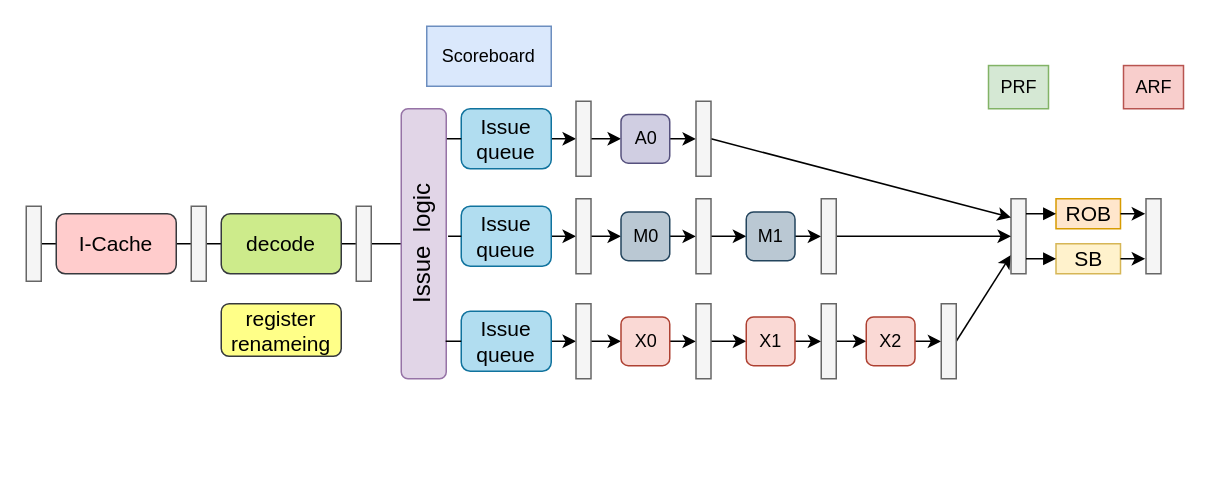
Before: CPU.drawio in f123888/Draw.IO, a draw.io diagram. Source tidied: cells renumbered, new cells numbered last; positions are measured from the earlier drawing's top-left corner, leaving out a move shared by most shapes. Both pictures are drawn from the tidied source at 150%, with x=0, y=0 at pixel (26, 26).
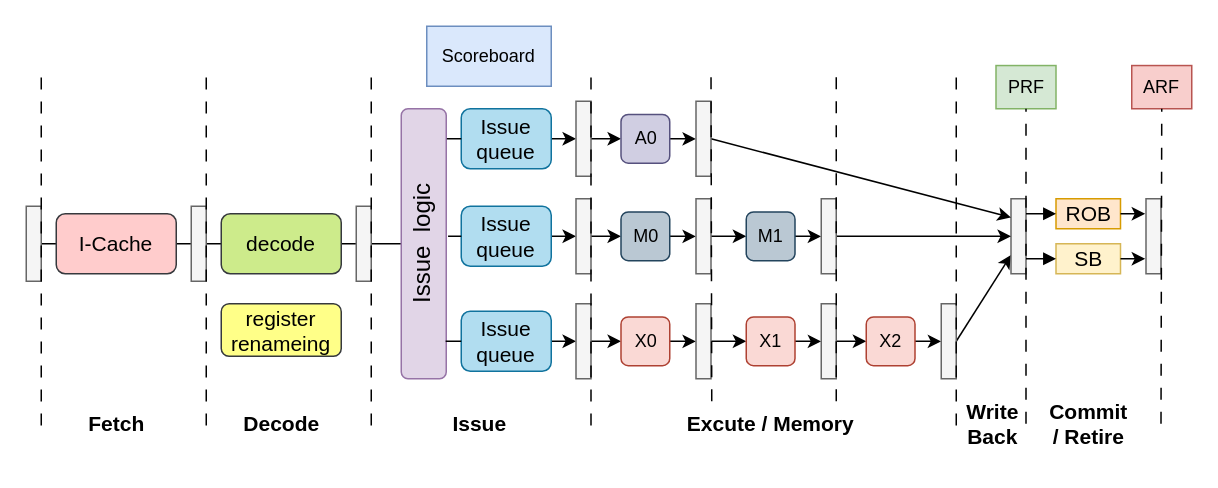
After the change.

Diff of the diagram source:
```diff
@@
     <mxCell id="61" value="PRF" style="rounded=0;whiteSpace=wrap;html=1;fillColor=#d5e8d4;strokeColor=#82b366;" parent="1" vertex="1">
-      <mxGeometry x="641.5" y="26.2" width="40" height="28.8" as="geometry" />
+      <mxGeometry x="646.5" y="26.2" width="40" height="28.8" as="geometry" />
     </mxCell>
     <mxCell id="62" value="ARF" style="rounded=0;whiteSpace=wrap;html=1;fillColor=#f8cecc;strokeColor=#b85450;" parent="1" vertex="1">
-      <mxGeometry x="731.5" y="26.2" width="40" height="28.8" as="geometry" />
+      <mxGeometry x="737" y="26.2" width="40" height="28.8" as="geometry" />
     </mxCell>
@@
+    <mxCell id="64" style="endArrow=none;dashed=1;html=1;rounded=0;dashPattern=8 8;" parent="1" edge="1">
+      <mxGeometry relative="1" as="geometry">
+        <mxPoint x="10" y="266.2" as="sourcePoint" />
+        <mxPoint x="10" y="26.2" as="targetPoint" />
+      </mxGeometry>
+    </mxCell>
+    <mxCell id="65" style="endArrow=none;dashed=1;html=1;rounded=0;dashPattern=8 8;" parent="1" edge="1">
+      <mxGeometry relative="1" as="geometry">
+        <mxPoint x="120" y="266.2" as="sourcePoint" />
+        <mxPoint x="120" y="26.2" as="targetPoint" />
+      </mxGeometry>
+    </mxCell>
+    <mxCell id="66" style="endArrow=none;dashed=1;html=1;rounded=0;dashPattern=8 8;" parent="1" edge="1">
+      <mxGeometry relative="1" as="geometry">
+        <mxPoint x="230" y="266.2" as="sourcePoint" />
+        <mxPoint x="230" y="26.2" as="targetPoint" />
+      </mxGeometry>
+    </mxCell>
+    <mxCell id="67" style="endArrow=none;dashed=1;html=1;rounded=0;dashPattern=8 8;" parent="1" edge="1">
+      <mxGeometry relative="1" as="geometry">
+        <mxPoint x="376.5" y="266.2" as="sourcePoint" />
+        <mxPoint x="376.5" y="26.2" as="targetPoint" />
+      </mxGeometry>
+    </mxCell>
+    <mxCell id="68" style="endArrow=none;dashed=1;html=1;rounded=0;dashPattern=8 8;" parent="1" edge="1">
+      <mxGeometry relative="1" as="geometry">
+        <mxPoint x="457" y="250" as="sourcePoint" />
+        <mxPoint x="456.5" y="26.2" as="targetPoint" />
+      </mxGeometry>
+    </mxCell>
+    <mxCell id="69" style="endArrow=none;dashed=1;html=1;rounded=0;dashPattern=8 8;" parent="1" edge="1">
+      <mxGeometry relative="1" as="geometry">
+        <mxPoint x="540" y="250" as="sourcePoint" />
+        <mxPoint x="540" y="26.2" as="targetPoint" />
+      </mxGeometry>
+    </mxCell>
+    <mxCell id="70" style="endArrow=none;dashed=1;html=1;rounded=0;dashPattern=8 8;" parent="1" edge="1">
+      <mxGeometry relative="1" as="geometry">
+        <mxPoint x="620" y="266.2" as="sourcePoint" />
+        <mxPoint x="620" y="26.2" as="targetPoint" />
+      </mxGeometry>
+    </mxCell>
+    <mxCell id="71" style="endArrow=none;dashed=1;html=1;rounded=0;dashPattern=8 8;entryX=0.5;entryY=1;entryDx=0;entryDy=0;" parent="1" edge="1" target="61">
+      <mxGeometry relative="1" as="geometry">
+        <mxPoint x="666.5" y="265" as="sourcePoint" />
+      </mxGeometry>
+    </mxCell>
+    <mxCell id="72" style="endArrow=none;dashed=1;html=1;rounded=0;dashPattern=8 8;entryX=0.5;entryY=1;entryDx=0;entryDy=0;" parent="1" edge="1">
+      <mxGeometry relative="1" as="geometry">
+        <mxPoint x="756.5" y="265" as="sourcePoint" />
+        <mxPoint x="757" y="55" as="targetPoint" />
+      </mxGeometry>
+    </mxCell>
+    <mxCell id="73" value="&lt;b&gt;&lt;font style=&quot;font-size: 14px;&quot;&gt;Fetch&lt;/font&gt;&lt;/b&gt;" style="text;html=1;align=center;verticalAlign=middle;strokeColor=none;fillColor=none;" parent="1" vertex="1">
+      <mxGeometry x="30" y="250" width="60" height="30" as="geometry" />
+    </mxCell>
+    <mxCell id="74" value="&lt;b&gt;&lt;font style=&quot;font-size: 14px;&quot;&gt;Decode&lt;/font&gt;&lt;/b&gt;" style="text;html=1;align=center;verticalAlign=middle;strokeColor=none;fillColor=none;" parent="1" vertex="1">
+      <mxGeometry x="135" y="250" width="70" height="30" as="geometry" />
+    </mxCell>
+    <mxCell id="75" value="&lt;b&gt;&lt;font style=&quot;font-size: 14px;&quot;&gt;Issue&lt;/font&gt;&lt;/b&gt;" style="text;html=1;align=center;verticalAlign=middle;strokeColor=none;fillColor=none;" parent="1" vertex="1">
+      <mxGeometry x="272" y="250" width="60" height="30" as="geometry" />
+    </mxCell>
+    <mxCell id="76" value="&lt;b&gt;&lt;font style=&quot;font-size: 14px;&quot;&gt;Excute / Memory&lt;/font&gt;&lt;/b&gt;" style="text;html=1;align=center;verticalAlign=middle;strokeColor=none;fillColor=none;" parent="1" vertex="1">
+      <mxGeometry x="431.2" y="250" width="130" height="30" as="geometry" />
+    </mxCell>
+    <mxCell id="77" value="&lt;b&gt;&lt;font style=&quot;font-size: 14px;&quot;&gt;Write&lt;br&gt;Back&lt;/font&gt;&lt;/b&gt;" style="text;html=1;align=center;verticalAlign=middle;strokeColor=none;fillColor=none;" parent="1" vertex="1">
+      <mxGeometry x="614" y="240" width="60" height="50" as="geometry" />
+    </mxCell>
+    <mxCell id="78" value="&lt;span style=&quot;font-size: 14px;&quot;&gt;&lt;b&gt;Commit&lt;br&gt;/ Retire&lt;/b&gt;&lt;/span&gt;" style="text;html=1;align=center;verticalAlign=middle;strokeColor=none;fillColor=none;" parent="1" vertex="1">
+      <mxGeometry x="668" y="240" width="80" height="50" as="geometry" />
+    </mxCell>
```
